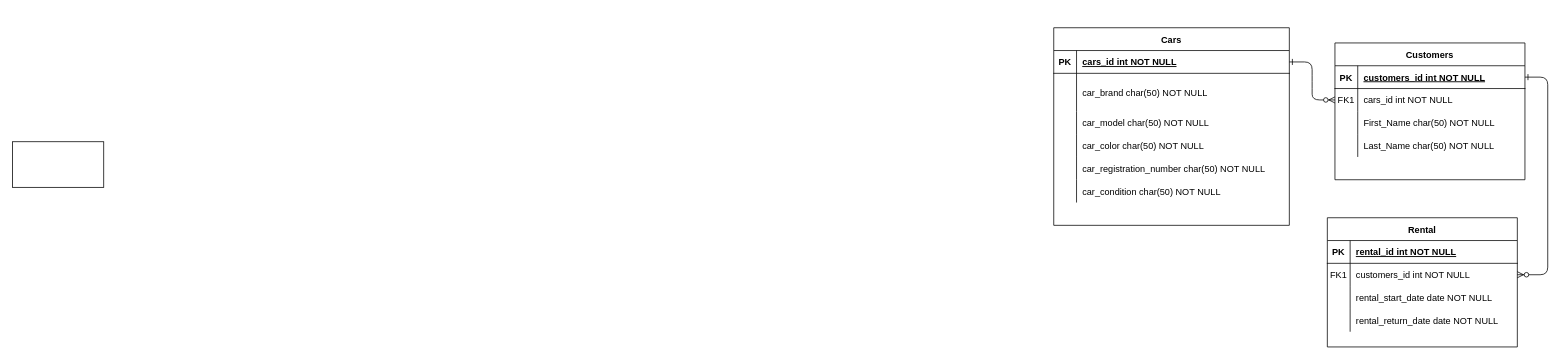
SlyMaster85/kursGITsda keeps this draw.io diagram as Untitled Diagram.drawio. Above is the earlier version. Source tidied: cells renumbered, new cells numbered last; positions are measured from the earlier drawing's top-left corner, leaving out a move shared by most shapes. Both pictures are drawn from the tidied source at 76%, with x=0, y=0 at pixel (12, 27).
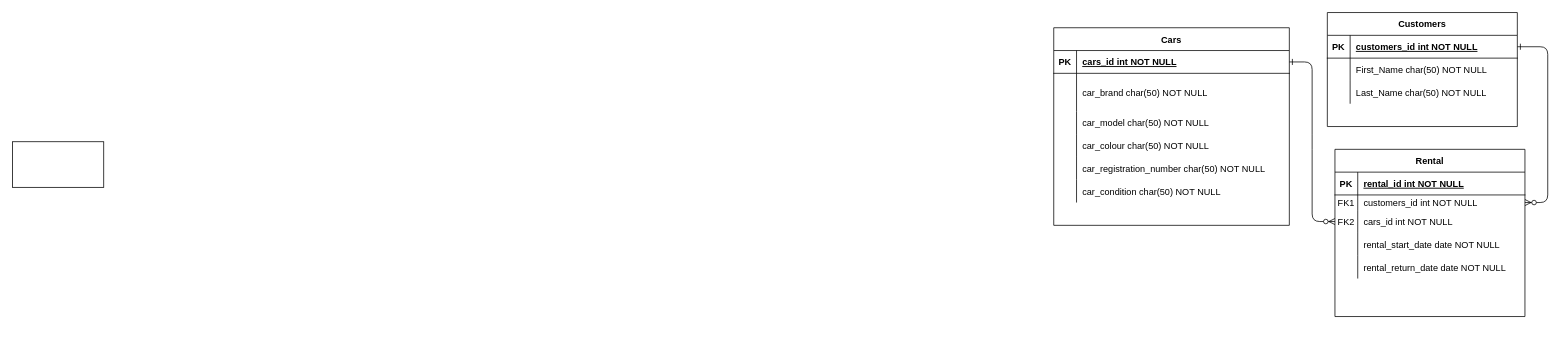
Above is the later version.

The change refers to these unchanged cells:
```xml
<mxCell id="40" style="shape=tableRow;horizontal=0;startSize=0;swimlaneHead=0;swimlaneBody=0;fillColor=none;top=0;left=0;right=0;bottom=0;" parent="30" vertex="1">
  <mxGeometry y="140" width="310" height="30" as="geometry" />
</mxCell>
```

Diff of the diagram source:
```diff
@@
     <mxCell id="4" value="Customers" style="shape=table;startSize=30;childLayout=tableLayout;rowLines=0;fontStyle=1;align=center;" parent="1" vertex="1">
-      <mxGeometry x="1740" y="20" width="250" height="180" as="geometry" />
+      <mxGeometry x="1730" y="-20" width="250" height="150" as="geometry" />
     </mxCell>
@@
-    <mxCell id="8" style="shape=partialRectangle;fillColor=none;points=[[0,0.5],[1,0.5]];portConstraint=eastwest;top=0;left=0;right=0;bottom=0;" parent="4" vertex="1">
-      <mxGeometry y="60" width="250" height="30" as="geometry" />
-    </mxCell>
-    <mxCell id="9" value="FK1" style="shape=partialRectangle;overflow=hidden;fillColor=none;top=0;left=0;bottom=0;right=0;" parent="8" vertex="1">
-      <mxGeometry width="30" height="30" as="geometry" />
-    </mxCell>
-    <mxCell id="10" value="cars_id int NOT NULL" style="shape=partialRectangle;overflow=hidden;fillColor=none;top=0;left=0;bottom=0;right=0;align=left;spacingLeft=6;" parent="8" vertex="1">
-      <mxGeometry x="30" width="220" height="30" as="geometry" />
-    </mxCell>
     <mxCell id="11" style="shape=partialRectangle;fillColor=none;top=0;left=0;right=0;bottom=0;" parent="4" vertex="1">
-      <mxGeometry y="90" width="250" height="30" as="geometry" />
+      <mxGeometry y="60" width="250" height="30" as="geometry" />
     </mxCell>
@@
     <mxCell id="14" style="shape=tableRow;horizontal=0;startSize=0;swimlaneHead=0;swimlaneBody=0;fillColor=none;top=0;left=0;right=0;bottom=0;" parent="4" vertex="1">
-      <mxGeometry y="120" width="250" height="30" as="geometry" />
+      <mxGeometry y="90" width="250" height="30" as="geometry" />
     </mxCell>
@@
     <mxCell id="17" value="Rental" style="shape=table;startSize=30;childLayout=tableLayout;rowLines=0;fontStyle=1;align=center;" parent="1" vertex="1">
-      <mxGeometry x="1730" y="250" width="250" height="170" as="geometry" />
+      <mxGeometry x="1740" y="160" width="250" height="220" as="geometry" />
     </mxCell>
@@
     <mxCell id="21" style="shape=partialRectangle;fillColor=none;points=[[0,0.5],[1,0.5]];portConstraint=eastwest;top=0;left=0;right=0;bottom=0;" parent="17" vertex="1">
-      <mxGeometry y="60" width="250" height="30" as="geometry" />
+      <mxGeometry y="60" width="250" height="20" as="geometry" />
     </mxCell>
     <mxCell id="22" value="FK1" style="shape=partialRectangle;overflow=hidden;fillColor=none;top=0;left=0;bottom=0;right=0;" parent="21" vertex="1">
-      <mxGeometry width="30" height="30" as="geometry" />
+      <mxGeometry width="30" height="20" as="geometry" />
     </mxCell>
     <mxCell id="23" value="customers_id int NOT NULL" style="shape=partialRectangle;overflow=hidden;fillColor=none;top=0;left=0;bottom=0;right=0;align=left;spacingLeft=6;" parent="21" vertex="1">
-      <mxGeometry x="30" width="220" height="30" as="geometry" />
+      <mxGeometry x="30" width="220" height="20" as="geometry" />
     </mxCell>
+    <mxCell id="8" style="shape=partialRectangle;fillColor=none;points=[[0,0.5],[1,0.5]];portConstraint=eastwest;top=0;left=0;right=0;bottom=0;" parent="17" vertex="1">
+      <mxGeometry y="80" width="250" height="30" as="geometry" />
+    </mxCell>
+    <mxCell id="9" value="FK2" style="shape=partialRectangle;overflow=hidden;fillColor=none;top=0;left=0;bottom=0;right=0;" parent="8" vertex="1">
+      <mxGeometry width="30" height="30" as="geometry" />
+    </mxCell>
+    <mxCell id="10" value="cars_id int NOT NULL" style="shape=partialRectangle;overflow=hidden;fillColor=none;top=0;left=0;bottom=0;right=0;align=left;spacingLeft=6;" parent="8" vertex="1">
+      <mxGeometry x="30" width="220" height="30" as="geometry" />
+    </mxCell>
     <mxCell id="24" style="shape=partialRectangle;fillColor=none;top=0;left=0;right=0;bottom=0;" parent="17" vertex="1">
-      <mxGeometry y="90" width="250" height="30" as="geometry" />
+      <mxGeometry y="110" width="250" height="30" as="geometry" />
     </mxCell>
@@
     <mxCell id="27" style="shape=tableRow;horizontal=0;startSize=0;swimlaneHead=0;swimlaneBody=0;fillColor=none;top=0;left=0;right=0;bottom=0;" parent="17" vertex="1">
-      <mxGeometry y="120" width="250" height="30" as="geometry" />
+      <mxGeometry y="140" width="250" height="30" as="geometry" />
     </mxCell>
@@
-    <mxCell id="42" value="car_color char(50) NOT NULL" style="shape=partialRectangle;fillColor=none;top=0;left=0;bottom=0;right=0;align=left;spacingLeft=6;overflow=hidden;" parent="40" vertex="1">
+    <mxCell id="42" value="car_colour char(50) NOT NULL" style="shape=partialRectangle;fillColor=none;top=0;left=0;bottom=0;right=0;align=left;spacingLeft=6;overflow=hidden;" parent="40" vertex="1">
       <mxGeometry x="30" width="280" height="30" as="geometry" />
     </mxCell>
```
